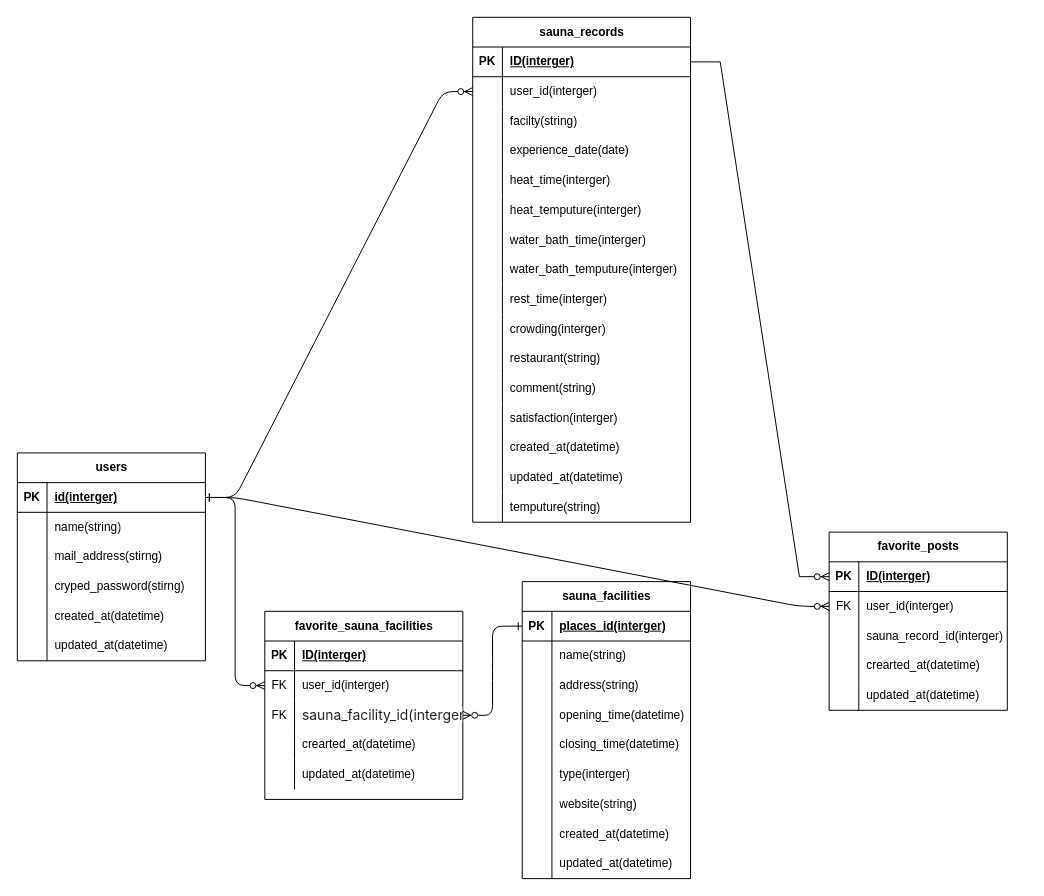
Before: ER.drawio in kakaka1996/sauna_app, a draw.io diagram. Source tidied: cells renumbered, new cells numbered last; positions are measured from the earlier drawing's top-left corner, leaving out a move shared by most shapes. Both pictures are drawn from the tidied source at 99%, with x=0, y=0 at pixel (17, 17).
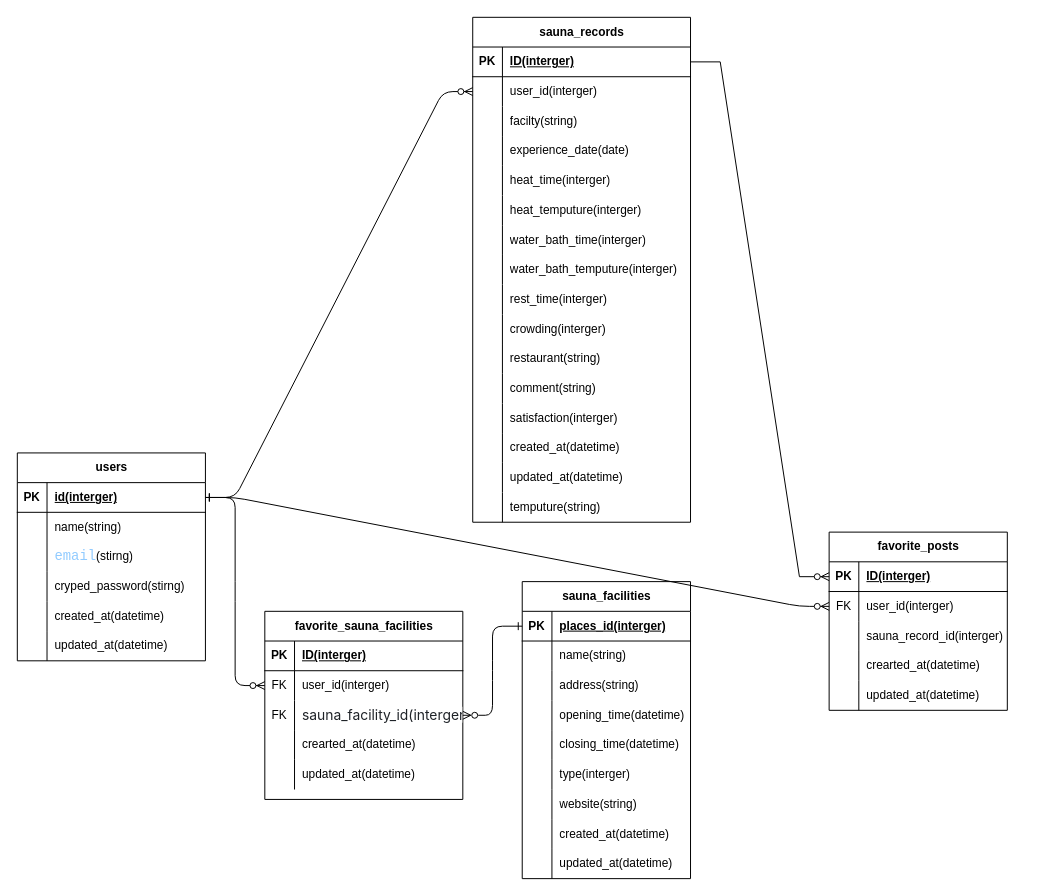
The same diagram, later.

The change refers to these unchanged cells:
```xml
<mxCell id="9" style="shape=tableRow;horizontal=0;startSize=0;swimlaneHead=0;swimlaneBody=0;fillColor=none;top=0;left=0;right=0;bottom=0;" parent="2" vertex="1">
  <mxGeometry y="90" width="190" height="30" as="geometry" />
</mxCell>
```

What changed in the source:
```diff
@@
-    <mxCell id="11" value="mail_address(stirng)" style="shape=partialRectangle;fillColor=none;top=0;left=0;bottom=0;right=0;align=left;spacingLeft=6;overflow=hidden;whiteSpace=wrap;html=1;" parent="9" vertex="1">
+    <mxCell id="11" value="&lt;font face=&quot;Consolas, Courier New, monospace&quot; color=&quot;#91cbff&quot;&gt;&lt;span style=&quot;font-size: 14px; white-space: pre; background-color: rgb(255, 255, 255);&quot;&gt;email&lt;/span&gt;&lt;/font&gt;(stirng)" style="shape=partialRectangle;fillColor=none;top=0;left=0;bottom=0;right=0;align=left;spacingLeft=6;overflow=hidden;whiteSpace=wrap;html=1;" parent="9" vertex="1">
       <mxGeometry x="30" width="160" height="30" as="geometry" />
     </mxCell>
```
